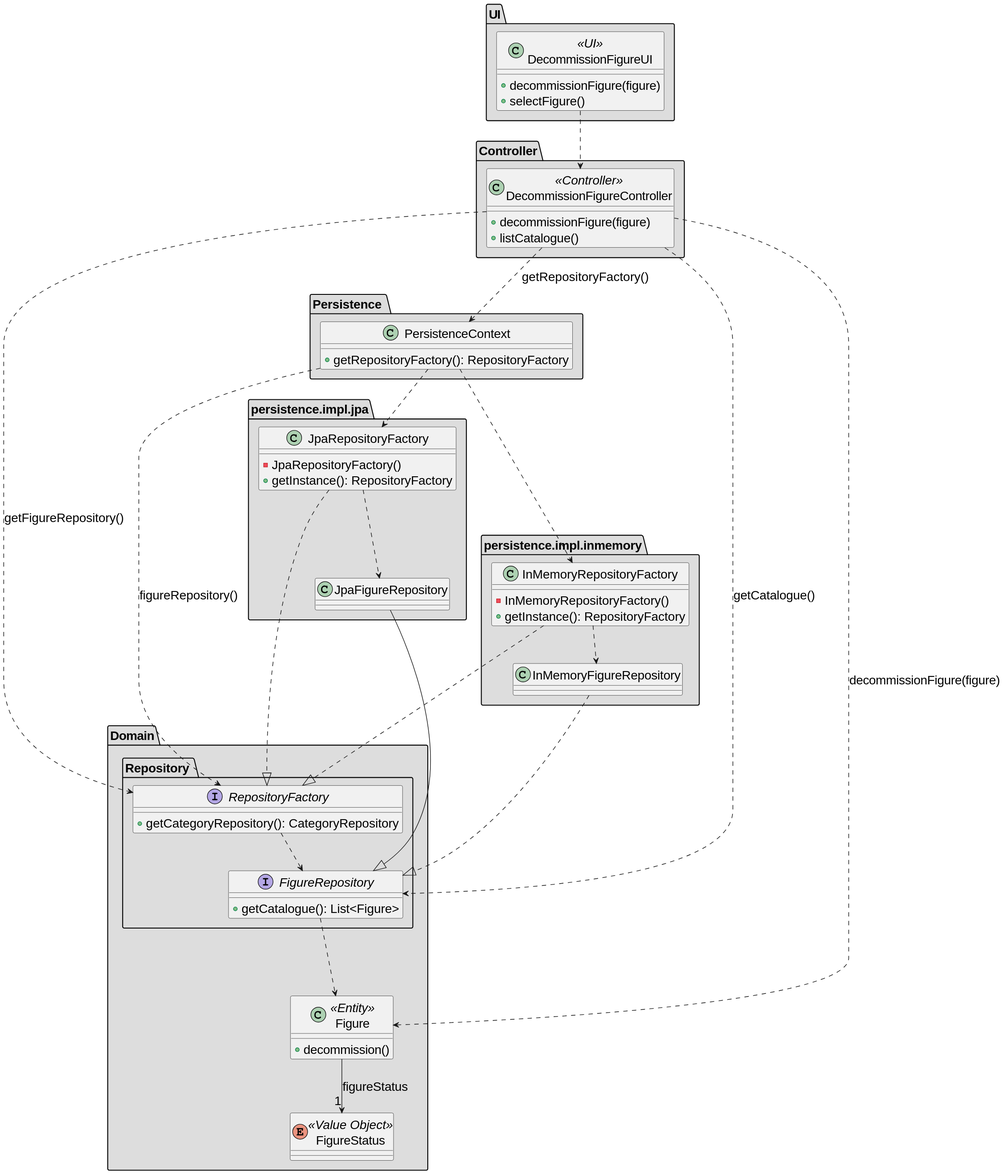
diogoveirospro/sem4pi-2024-2025-sem4pi_2024_2025_g44 keeps this PlantUML diagram as docs/SPRINT_2/US234/images/class_diagram_us234.svg. Above is the earlier version. Its diagram source:
```plantuml
@startuml
skinparamlocked defaultFontSize 20
set separator none

package "Persistence " #DDDDDD {
    class PersistenceContext {
        + getRepositoryFactory(): RepositoryFactory
    }
}

package "persistence.impl.jpa" #DDDDDD {
    class JpaRepositoryFactory {
        - JpaRepositoryFactory()
        + getInstance(): RepositoryFactory
    }

    class JpaFigureRepository {
    }

}

package "persistence.impl.inmemory" #DDDDDD {
    class InMemoryRepositoryFactory {
        - InMemoryRepositoryFactory()
        + getInstance(): RepositoryFactory
    }

    class InMemoryFigureRepository {
    }
}

package "Domain" #DDDDDD {

    package "Repository " #DDDDDD {

        interface RepositoryFactory {
            + getCategoryRepository(): CategoryRepository
        }

        interface FigureRepository {
            + getCatalogue(): List<Figure>
        }

    }

    class Figure <<Entity>>{
        + decommission()
    }

    enum FigureStatus <<Value Object>>{
    }
}

package "UI" #DDDDDD {
    class DecommissionFigureUI <<UI>> {
        + decommissionFigure(figure)
        + selectFigure()
    }
}

package "Controller" #DDDDDD {
    class DecommissionFigureController <<Controller>> {
        + decommissionFigure(figure)
        + listCatalogue()
    }
}


    PersistenceContext ..> RepositoryFactory: figureRepository()
    PersistenceContext ..> JpaRepositoryFactory
    PersistenceContext ..> InMemoryRepositoryFactory


    JpaFigureRepository --|> FigureRepository

    JpaRepositoryFactory ....|> RepositoryFactory
    JpaRepositoryFactory ..> JpaFigureRepository


    InMemoryFigureRepository ..|> FigureRepository

    InMemoryRepositoryFactory ...|> RepositoryFactory
    InMemoryRepositoryFactory ..> InMemoryFigureRepository


    FigureRepository ...> Figure

    RepositoryFactory ..> FigureRepository


    Figure --> "1" FigureStatus: figureStatus


    DecommissionFigureUI ..> DecommissionFigureController


    DecommissionFigureController ..> PersistenceContext : getRepositoryFactory()
    DecommissionFigureController ..> RepositoryFactory : getFigureRepository()
    DecommissionFigureController ..> FigureRepository : getCatalogue()
    DecommissionFigureController ..> Figure : decommissionFigure(figure)
@enduml
```
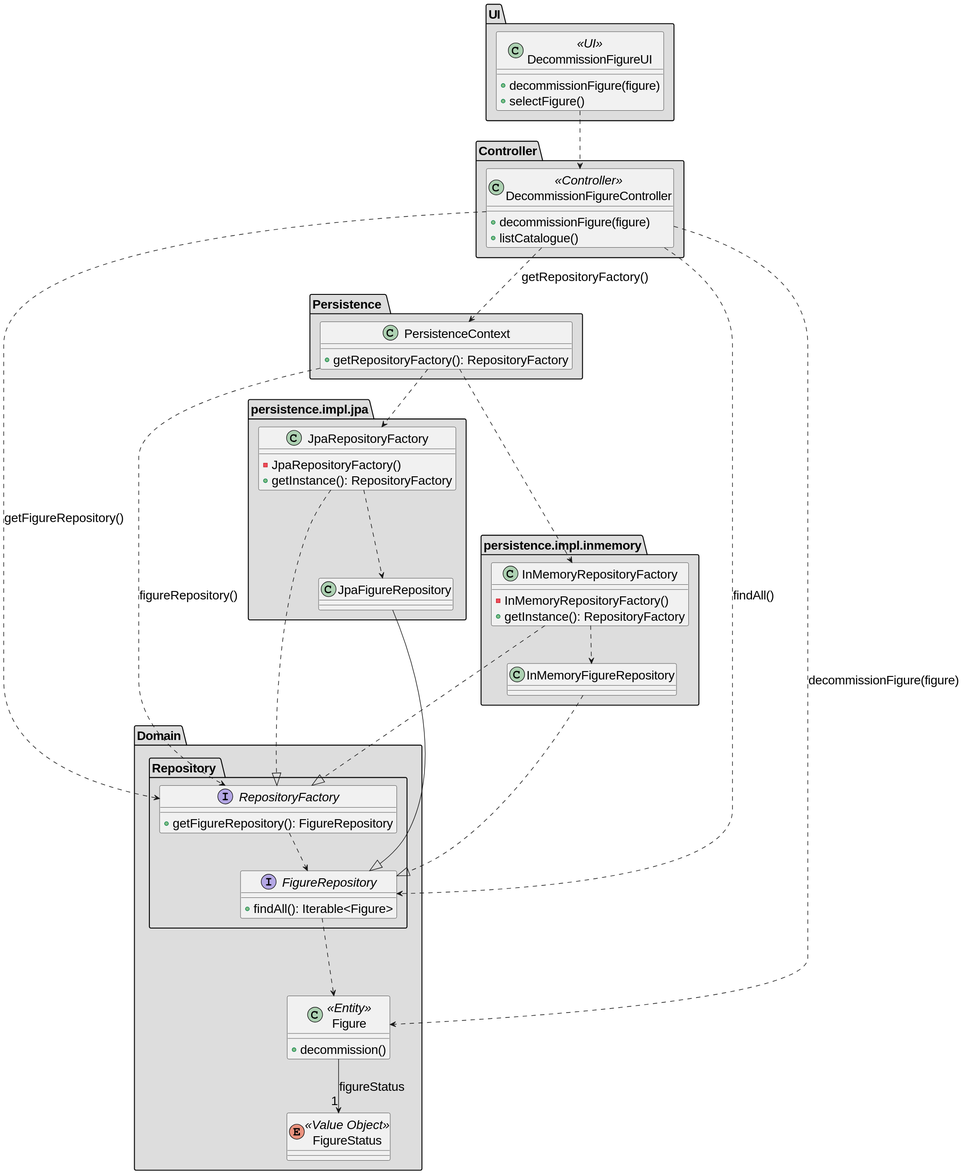
Above is the later version.

What changed in the source:
```diff
@@ -34,11 +34,11 @@
     package "Repository " #DDDDDD {
 
         interface RepositoryFactory {
-            + getCategoryRepository(): CategoryRepository
+            + getFigureRepository(): FigureRepository
         }
 
         interface FigureRepository {
-            + getCatalogue(): List<Figure>
+            + findAll(): Iterable<Figure>
         }
 
     }
@@ -96,6 +96,6 @@
 
     DecommissionFigureController ..> PersistenceContext : getRepositoryFactory()
     DecommissionFigureController ..> RepositoryFactory : getFigureRepository()
-    DecommissionFigureController ..> FigureRepository : getCatalogue()
+    DecommissionFigureController ..> FigureRepository : findAll()
     DecommissionFigureController ..> Figure : decommissionFigure(figure)
 @enduml
```
